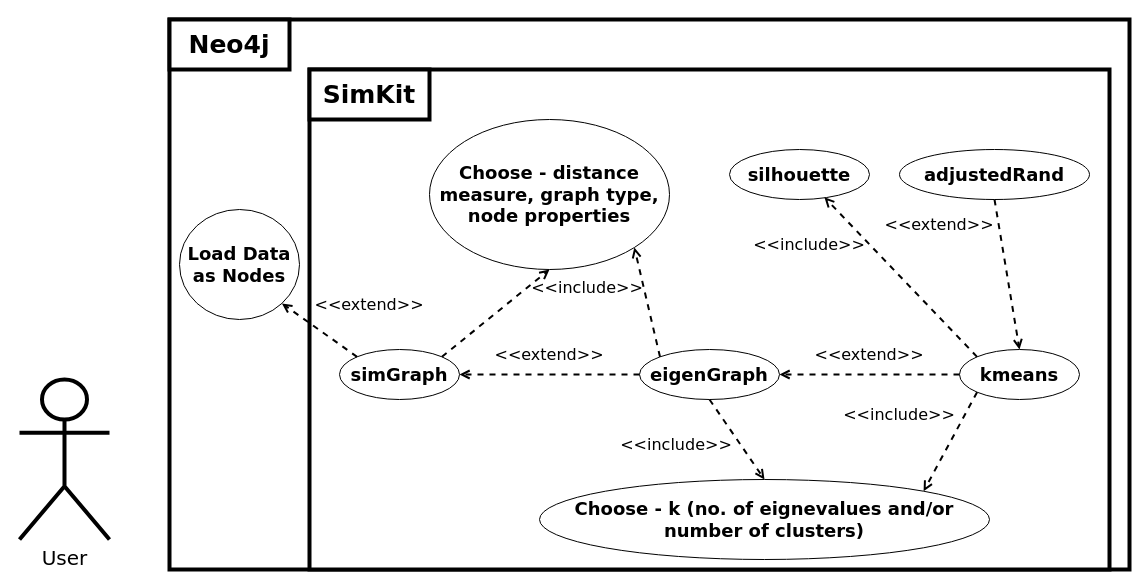
Before: docs/use_case.drawio in Graphistics/scikit4j, a draw.io diagram. Source tidied: cells renumbered, new cells numbered last; positions are measured from the earlier drawing's top-left corner, leaving out a move shared by most shapes. Both pictures are drawn from the tidied source at 100%, with x=0, y=0 at pixel (19, 19).
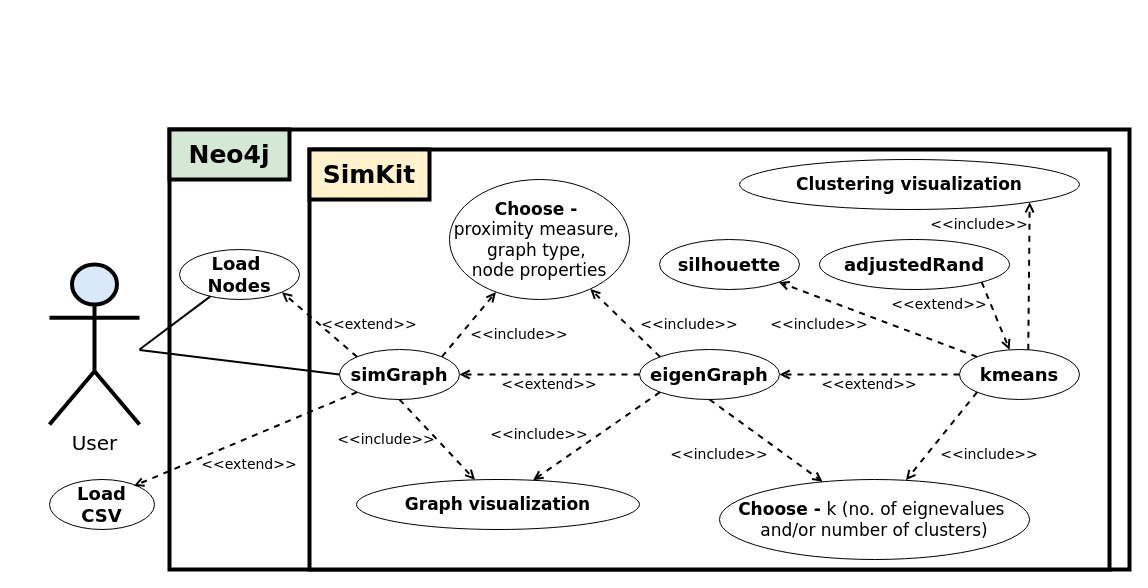
The same page after the edit.

Commit message:
Updated: Use Case diagram

Unchanged cells that the change refers to:
```xml
<mxCell id="7" value="simGraph" style="ellipse;whiteSpace=wrap;html=1;fontSize=18;fontStyle=1;fontFamily=Verdana;" parent="1" vertex="1">
  <mxGeometry x="320" y="330" width="120" height="50" as="geometry" />
</mxCell>
<mxCell id="8" value="eigenGraph" style="ellipse;whiteSpace=wrap;html=1;fontSize=18;fontStyle=1;fontFamily=Verdana;" parent="1" vertex="1">
  <mxGeometry x="620" y="330" width="140" height="50" as="geometry" />
</mxCell>
<mxCell id="9" value="kmeans" style="ellipse;whiteSpace=wrap;html=1;fontSize=18;fontStyle=1;fontFamily=Verdana;" parent="1" vertex="1">
  <mxGeometry x="940" y="330" width="120" height="50" as="geometry" />
</mxCell>
```

The edit, as a diff of the source:
```diff
@@
     <mxCell id="2" style="rounded=0;whiteSpace=wrap;html=1;strokeWidth=4;" parent="1" vertex="1">
-      <mxGeometry x="150" width="960" height="550" as="geometry" />
+      <mxGeometry x="150" y="110" width="960" height="440" as="geometry" />
     </mxCell>
-    <mxCell id="3" value="Neo4j" style="rounded=0;whiteSpace=wrap;html=1;strokeWidth=4;fontSize=25;fontFamily=Verdana;fontStyle=1;" parent="1" vertex="1">
-      <mxGeometry x="150" width="120" height="50" as="geometry" />
+    <mxCell id="3" value="Neo4j" style="rounded=0;whiteSpace=wrap;html=1;strokeWidth=4;fontSize=25;fontFamily=Verdana;fontStyle=1;fillColor=#d5e8d4;strokeColor=#000000;" parent="1" vertex="1">
+      <mxGeometry x="150" y="110" width="120" height="50" as="geometry" />
     </mxCell>
     <mxCell id="4" style="rounded=0;whiteSpace=wrap;html=1;strokeWidth=4;" parent="1" vertex="1">
-      <mxGeometry x="290" y="50" width="800" height="500" as="geometry" />
+      <mxGeometry x="290" y="130" width="800" height="420" as="geometry" />
     </mxCell>
-    <mxCell id="5" value="SimKit" style="rounded=0;whiteSpace=wrap;html=1;strokeWidth=4;fontSize=25;fontFamily=Verdana;fontStyle=1;" parent="1" vertex="1">
-      <mxGeometry x="290" y="50" width="120" height="50" as="geometry" />
+    <mxCell id="5" value="SimKit" style="rounded=0;whiteSpace=wrap;html=1;strokeWidth=4;fontSize=25;fontFamily=Verdana;fontStyle=1;fillColor=#fff2cc;strokeColor=#000000;" parent="1" vertex="1">
+      <mxGeometry x="290" y="130" width="120" height="50" as="geometry" />
     </mxCell>
-    <mxCell id="6" value="&lt;font face=&quot;Verdana&quot; style=&quot;font-size: 20px;&quot;&gt;User&lt;/font&gt;" style="shape=umlActor;verticalLabelPosition=bottom;verticalAlign=top;html=1;outlineConnect=0;strokeWidth=4;" parent="1" vertex="1">
-      <mxGeometry y="360" width="90" height="160" as="geometry" />
+    <mxCell id="6" value="&lt;font face=&quot;Verdana&quot; style=&quot;font-size: 20px;&quot;&gt;User&lt;/font&gt;" style="shape=umlActor;verticalLabelPosition=bottom;verticalAlign=top;html=1;outlineConnect=0;strokeWidth=4;fillColor=#dae8fc;strokeColor=#000000;" parent="1" vertex="1">
+      <mxGeometry x="30" y="245" width="90" height="160" as="geometry" />
     </mxCell>
@@
     <mxCell id="10" value="silhouette" style="ellipse;whiteSpace=wrap;html=1;fontSize=18;fontStyle=1;fontFamily=Verdana;" parent="1" vertex="1">
-      <mxGeometry x="710" y="130" width="140" height="50" as="geometry" />
+      <mxGeometry x="640" y="220" width="140" height="50" as="geometry" />
     </mxCell>
     <mxCell id="11" value="adjustedRand" style="ellipse;whiteSpace=wrap;html=1;fontSize=18;fontStyle=1;fontFamily=Verdana;" parent="1" vertex="1">
-      <mxGeometry x="880" y="130" width="190" height="50" as="geometry" />
+      <mxGeometry x="800" y="220" width="190" height="50" as="geometry" />
     </mxCell>
@@
-    <mxCell id="13" value="&amp;lt;&amp;lt;extend&amp;gt;&amp;gt;" style="text;html=1;align=center;verticalAlign=middle;whiteSpace=wrap;rounded=0;fontSize=16;fontFamily=Verdana;fontStyle=0;" parent="1" vertex="1">
-      <mxGeometry x="500" y="320" width="60" height="30" as="geometry" />
+    <mxCell id="13" value="&amp;lt;&amp;lt;extend&amp;gt;&amp;gt;" style="text;html=1;align=center;verticalAlign=middle;whiteSpace=wrap;rounded=0;fontSize=14;fontFamily=Verdana;fontStyle=0;" parent="1" vertex="1">
+      <mxGeometry x="500" y="350" width="60" height="30" as="geometry" />
     </mxCell>
@@
-    <mxCell id="15" value="&amp;lt;&amp;lt;extend&amp;gt;&amp;gt;" style="text;html=1;align=center;verticalAlign=middle;whiteSpace=wrap;rounded=0;fontSize=16;fontFamily=Verdana;fontStyle=0;" parent="1" vertex="1">
-      <mxGeometry x="820" y="320" width="60" height="30" as="geometry" />
+    <mxCell id="15" value="&amp;lt;&amp;lt;extend&amp;gt;&amp;gt;" style="text;html=1;align=center;verticalAlign=middle;whiteSpace=wrap;rounded=0;fontSize=14;fontFamily=Verdana;fontStyle=0;" parent="1" vertex="1">
+      <mxGeometry x="820" y="350" width="60" height="30" as="geometry" />
     </mxCell>
-    <mxCell id="16" style="endArrow=open;html=1;rounded=0;entryX=0.678;entryY=0.956;entryDx=0;entryDy=0;exitX=0;exitY=0;exitDx=0;exitDy=0;endFill=0;dashed=1;strokeWidth=2;entryPerimeter=0;" parent="1" edge="1" source="9" target="10">
+    <mxCell id="16" style="endArrow=open;html=1;rounded=0;entryX=1;entryY=1;entryDx=0;entryDy=0;exitX=0;exitY=0;exitDx=0;exitDy=0;endFill=0;dashed=1;strokeWidth=2;" parent="1" edge="1" source="9" target="10">
       <mxGeometry relative="1" as="geometry" />
     </mxCell>
-    <mxCell id="17" value="&amp;lt;&amp;lt;include&amp;gt;&amp;gt;" style="text;html=1;align=center;verticalAlign=middle;whiteSpace=wrap;rounded=0;fontSize=16;fontFamily=Verdana;fontStyle=0;" parent="1" vertex="1">
-      <mxGeometry x="760" y="210" width="60" height="30" as="geometry" />
+    <mxCell id="17" value="&amp;lt;&amp;lt;include&amp;gt;&amp;gt;" style="text;html=1;align=center;verticalAlign=middle;whiteSpace=wrap;rounded=0;fontSize=14;fontFamily=Verdana;fontStyle=0;" parent="1" vertex="1">
+      <mxGeometry x="770" y="290" width="60" height="30" as="geometry" />
     </mxCell>
-    <mxCell id="18" style="endArrow=open;html=1;rounded=0;entryX=0.5;entryY=0;entryDx=0;entryDy=0;exitX=0.5;exitY=1;exitDx=0;exitDy=0;endFill=0;dashed=1;strokeWidth=2;" parent="1" edge="1" source="11" target="9">
+    <mxCell id="18" style="endArrow=open;html=1;rounded=0;exitX=1;exitY=1;exitDx=0;exitDy=0;endFill=0;dashed=1;strokeWidth=2;" parent="1" edge="1" source="11" target="9">
       <mxGeometry relative="1" as="geometry" />
     </mxCell>
-    <mxCell id="19" value="&amp;lt;&amp;lt;extend&amp;gt;&amp;gt;" style="text;html=1;align=center;verticalAlign=middle;whiteSpace=wrap;rounded=0;fontSize=16;fontFamily=Verdana;fontStyle=0;" parent="1" vertex="1">
-      <mxGeometry x="890" y="190" width="60" height="30" as="geometry" />
+    <mxCell id="19" value="&amp;lt;&amp;lt;extend&amp;gt;&amp;gt;" style="text;html=1;align=center;verticalAlign=middle;whiteSpace=wrap;rounded=0;fontSize=14;fontFamily=Verdana;fontStyle=0;" parent="1" vertex="1">
+      <mxGeometry x="890" y="270" width="60" height="30" as="geometry" />
     </mxCell>
-    <mxCell id="20" value="Load Data as Nodes" style="ellipse;whiteSpace=wrap;html=1;fontSize=18;fontStyle=1;fontFamily=Verdana;" parent="1" vertex="1">
-      <mxGeometry x="160" y="190" width="120" height="110" as="geometry" />
+    <mxCell id="20" value="Load&amp;nbsp;&lt;div&gt;&lt;span style=&quot;background-color: initial;&quot;&gt;Nodes&lt;/span&gt;&lt;/div&gt;" style="ellipse;whiteSpace=wrap;html=1;fontSize=18;fontStyle=1;fontFamily=Verdana;" parent="1" vertex="1">
+      <mxGeometry x="160" y="230" width="120" height="50" as="geometry" />
     </mxCell>
@@
-    <mxCell id="22" value="&amp;lt;&amp;lt;extend&amp;gt;&amp;gt;" style="text;html=1;align=center;verticalAlign=middle;whiteSpace=wrap;rounded=0;fontSize=16;fontFamily=Verdana;fontStyle=0;" parent="1" vertex="1">
-      <mxGeometry x="320" y="270" width="60" height="30" as="geometry" />
+    <mxCell id="22" value="&amp;lt;&amp;lt;extend&amp;gt;&amp;gt;" style="text;html=1;align=center;verticalAlign=middle;whiteSpace=wrap;rounded=0;fontSize=14;fontFamily=Verdana;fontStyle=0;" parent="1" vertex="1">
+      <mxGeometry x="320" y="290" width="60" height="30" as="geometry" />
     </mxCell>
-    <mxCell id="23" value="Choose - distance measure, graph type, node properties" style="ellipse;whiteSpace=wrap;html=1;fontSize=18;fontStyle=1;fontFamily=Verdana;" parent="1" vertex="1">
-      <mxGeometry x="410" y="100" width="240" height="150" as="geometry" />
+    <mxCell id="23" value="Choose -&amp;nbsp;&lt;div style=&quot;font-size: 17px;&quot;&gt;&lt;span style=&quot;font-weight: normal; font-size: 17px;&quot;&gt;proximity measure,&amp;nbsp;&lt;/span&gt;&lt;/div&gt;&lt;div style=&quot;font-size: 17px;&quot;&gt;&lt;span style=&quot;font-weight: normal; font-size: 17px;&quot;&gt;graph type,&amp;nbsp;&lt;/span&gt;&lt;/div&gt;&lt;div style=&quot;font-size: 17px;&quot;&gt;&lt;span style=&quot;font-weight: normal; font-size: 17px;&quot;&gt;node properties&lt;/span&gt;&lt;/div&gt;" style="ellipse;whiteSpace=wrap;html=1;fontSize=17;fontStyle=1;fontFamily=Verdana;" parent="1" vertex="1">
+      <mxGeometry x="430" y="160" width="180" height="120" as="geometry" />
     </mxCell>
-    <mxCell id="24" style="endArrow=open;html=1;rounded=0;entryX=0.5;entryY=1;entryDx=0;entryDy=0;exitX=1;exitY=0;exitDx=0;exitDy=0;endFill=0;dashed=1;strokeWidth=2;" parent="1" edge="1" source="7" target="23">
+    <mxCell id="24" style="endArrow=open;html=1;rounded=0;exitX=1;exitY=0;exitDx=0;exitDy=0;endFill=0;dashed=1;strokeWidth=2;" parent="1" edge="1" source="7" target="23">
       <mxGeometry relative="1" as="geometry" />
     </mxCell>
-    <mxCell id="25" value="&amp;lt;&amp;lt;include&amp;gt;&amp;gt;" style="text;html=1;align=center;verticalAlign=middle;whiteSpace=wrap;rounded=0;fontSize=16;fontFamily=Verdana;fontStyle=0;" parent="1" vertex="1">
-      <mxGeometry x="538" y="253" width="60" height="30" as="geometry" />
+    <mxCell id="25" value="&amp;lt;&amp;lt;include&amp;gt;&amp;gt;" style="text;html=1;align=center;verticalAlign=middle;whiteSpace=wrap;rounded=0;fontSize=14;fontFamily=Verdana;fontStyle=0;" parent="1" vertex="1">
+      <mxGeometry x="470" y="300" width="60" height="30" as="geometry" />
     </mxCell>
-    <mxCell id="26" style="endArrow=open;html=1;rounded=0;entryX=1;entryY=1;entryDx=0;entryDy=0;exitX=0;exitY=0;exitDx=0;exitDy=0;endFill=0;dashed=1;strokeWidth=2;" parent="1" edge="1" source="8" target="23">
+    <mxCell id="26" style="endArrow=open;html=1;rounded=0;exitX=0;exitY=0;exitDx=0;exitDy=0;endFill=0;dashed=1;strokeWidth=2;" parent="1" edge="1" source="8" target="23">
       <mxGeometry relative="1" as="geometry" />
     </mxCell>
-    <mxCell id="27" value="Choose - k (no. of eignevalues and/or number of clusters)" style="ellipse;whiteSpace=wrap;html=1;fontSize=18;fontStyle=1;fontFamily=Verdana;" parent="1" vertex="1">
-      <mxGeometry x="520" y="460" width="450" height="80" as="geometry" />
+    <mxCell id="27" value="Choose - &lt;span style=&quot;font-weight: normal; font-size: 17px;&quot;&gt;k (no. of eignevalues&amp;nbsp;&lt;/span&gt;&lt;div style=&quot;font-size: 17px;&quot;&gt;&lt;span style=&quot;font-weight: normal; font-size: 17px;&quot;&gt;and/or number of clusters)&lt;/span&gt;&lt;/div&gt;" style="ellipse;whiteSpace=wrap;html=1;fontSize=17;fontStyle=1;fontFamily=Verdana;" parent="1" vertex="1">
+      <mxGeometry x="700" y="460" width="310" height="80" as="geometry" />
     </mxCell>
-    <mxCell id="28" style="endArrow=open;html=1;rounded=0;entryX=0.5;entryY=0;entryDx=0;entryDy=0;exitX=0.5;exitY=1;exitDx=0;exitDy=0;endFill=0;dashed=1;strokeWidth=2;" parent="1" edge="1" source="8" target="27">
+    <mxCell id="28" style="endArrow=open;html=1;rounded=0;exitX=0.5;exitY=1;exitDx=0;exitDy=0;endFill=0;dashed=1;strokeWidth=2;" parent="1" edge="1" source="8" target="27">
       <mxGeometry relative="1" as="geometry" />
     </mxCell>
-    <mxCell id="29" value="&amp;lt;&amp;lt;include&amp;gt;&amp;gt;" style="text;html=1;align=center;verticalAlign=middle;whiteSpace=wrap;rounded=0;fontSize=16;fontFamily=Verdana;fontStyle=0;" parent="1" vertex="1">
-      <mxGeometry x="627" y="410" width="60" height="30" as="geometry" />
+    <mxCell id="29" value="&amp;lt;&amp;lt;include&amp;gt;&amp;gt;" style="text;html=1;align=center;verticalAlign=middle;whiteSpace=wrap;rounded=0;fontSize=14;fontFamily=Verdana;fontStyle=0;" parent="1" vertex="1">
+      <mxGeometry x="670" y="420" width="60" height="30" as="geometry" />
     </mxCell>
-    <mxCell id="30" style="endArrow=open;html=1;rounded=0;entryX=1;entryY=0;entryDx=0;entryDy=0;exitX=0;exitY=1;exitDx=0;exitDy=0;endFill=0;dashed=1;strokeWidth=2;" parent="1" edge="1" source="9" target="27">
+    <mxCell id="30" style="endArrow=open;html=1;rounded=0;exitX=0;exitY=1;exitDx=0;exitDy=0;endFill=0;dashed=1;strokeWidth=2;" parent="1" edge="1" source="9" target="27">
       <mxGeometry relative="1" as="geometry" />
     </mxCell>
-    <mxCell id="31" value="&amp;lt;&amp;lt;include&amp;gt;&amp;gt;" style="text;html=1;align=center;verticalAlign=middle;whiteSpace=wrap;rounded=0;fontSize=16;fontFamily=Verdana;fontStyle=0;" parent="1" vertex="1">
-      <mxGeometry x="850" y="380" width="60" height="30" as="geometry" />
+    <mxCell id="31" value="&amp;lt;&amp;lt;include&amp;gt;&amp;gt;" style="text;html=1;align=center;verticalAlign=middle;whiteSpace=wrap;rounded=0;fontSize=14;fontFamily=Verdana;fontStyle=0;" parent="1" vertex="1">
+      <mxGeometry x="940" y="420" width="60" height="30" as="geometry" />
     </mxCell>
+    <mxCell id="32" style="endArrow=none;html=1;rounded=0;strokeWidth=2;" parent="1" edge="1" target="20">
+      <mxGeometry relative="1" as="geometry">
+        <mxPoint x="120" y="330" as="sourcePoint" />
+      </mxGeometry>
+    </mxCell>
+    <mxCell id="33" value="Load&lt;div&gt;CSV&lt;/div&gt;" style="ellipse;whiteSpace=wrap;html=1;fontSize=18;fontStyle=1;fontFamily=Verdana;" parent="1" vertex="1">
+      <mxGeometry x="30" y="460" width="105" height="50" as="geometry" />
+    </mxCell>
+    <mxCell id="34" style="endArrow=none;html=1;rounded=0;strokeWidth=2;entryX=0;entryY=0.5;entryDx=0;entryDy=0;" parent="1" edge="1" source="6" target="7">
+      <mxGeometry relative="1" as="geometry" />
+    </mxCell>
+    <mxCell id="35" style="endArrow=open;html=1;rounded=0;exitX=0;exitY=1;exitDx=0;exitDy=0;endFill=0;dashed=1;strokeWidth=2;entryX=0.803;entryY=0.129;entryDx=0;entryDy=0;entryPerimeter=0;" parent="1" edge="1" source="7" target="33">
+      <mxGeometry relative="1" as="geometry" />
+    </mxCell>
+    <mxCell id="36" value="&amp;lt;&amp;lt;extend&amp;gt;&amp;gt;" style="text;html=1;align=center;verticalAlign=middle;whiteSpace=wrap;rounded=0;fontSize=14;fontFamily=Verdana;fontStyle=0;" parent="1" vertex="1">
+      <mxGeometry x="200" y="430" width="60" height="30" as="geometry" />
+    </mxCell>
+    <mxCell id="37" value="&amp;lt;&amp;lt;include&amp;gt;&amp;gt;" style="text;html=1;align=center;verticalAlign=middle;whiteSpace=wrap;rounded=0;fontSize=14;fontFamily=Verdana;fontStyle=0;" parent="1" vertex="1">
+      <mxGeometry x="640" y="290" width="60" height="30" as="geometry" />
+    </mxCell>
+    <mxCell id="38" value="Clustering visualization" style="ellipse;whiteSpace=wrap;html=1;fontSize=17;fontStyle=1;fontFamily=Verdana;" parent="1" vertex="1">
+      <mxGeometry x="720" y="140" width="340" height="50" as="geometry" />
+    </mxCell>
+    <mxCell id="39" style="endArrow=open;html=1;rounded=0;exitX=0.573;exitY=0.007;exitDx=0;exitDy=0;endFill=0;dashed=1;strokeWidth=2;entryX=1;entryY=1;entryDx=0;entryDy=0;exitPerimeter=0;" parent="1" edge="1" source="9" target="38">
+      <mxGeometry relative="1" as="geometry" />
+    </mxCell>
+    <mxCell id="40" value="&amp;lt;&amp;lt;include&amp;gt;&amp;gt;" style="text;html=1;align=center;verticalAlign=middle;whiteSpace=wrap;rounded=0;fontSize=14;fontFamily=Verdana;fontStyle=0;" parent="1" vertex="1">
+      <mxGeometry x="930" y="190" width="60" height="30" as="geometry" />
+    </mxCell>
+    <mxCell id="41" value="Graph visualization" style="ellipse;whiteSpace=wrap;html=1;fontSize=17;fontStyle=1;fontFamily=Verdana;" parent="1" vertex="1">
+      <mxGeometry x="337" y="460" width="283" height="50" as="geometry" />
+    </mxCell>
+    <mxCell id="42" style="endArrow=open;html=1;rounded=0;exitX=0.5;exitY=1;exitDx=0;exitDy=0;endFill=0;dashed=1;strokeWidth=2;" parent="1" edge="1" source="7" target="41">
+      <mxGeometry relative="1" as="geometry" />
+    </mxCell>
+    <mxCell id="43" style="endArrow=open;html=1;rounded=0;exitX=0;exitY=1;exitDx=0;exitDy=0;endFill=0;dashed=1;strokeWidth=2;" parent="1" edge="1" source="8" target="41">
+      <mxGeometry relative="1" as="geometry" />
+    </mxCell>
+    <mxCell id="44" value="&amp;lt;&amp;lt;include&amp;gt;&amp;gt;" style="text;html=1;align=center;verticalAlign=middle;whiteSpace=wrap;rounded=0;fontSize=14;fontFamily=Verdana;fontStyle=0;" parent="1" vertex="1">
+      <mxGeometry x="337" y="405" width="60" height="30" as="geometry" />
+    </mxCell>
+    <mxCell id="45" value="&amp;lt;&amp;lt;include&amp;gt;&amp;gt;" style="text;html=1;align=center;verticalAlign=middle;whiteSpace=wrap;rounded=0;fontSize=14;fontFamily=Verdana;fontStyle=0;" parent="1" vertex="1">
+      <mxGeometry x="490" y="400" width="60" height="30" as="geometry" />
+    </mxCell>
```
